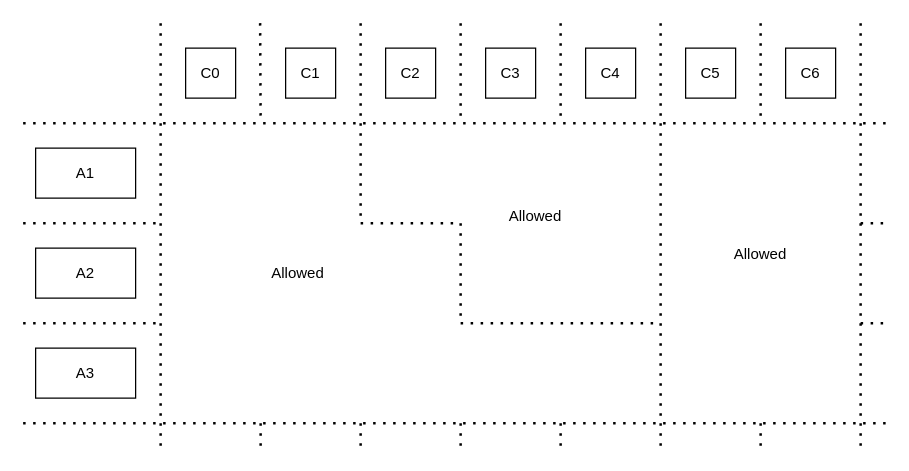
The draw.io diagram Abrak/open_matrix.drawio in balint-k/dron-jegyzet, before the edit. Source tidied: cells renumbered, new cells numbered last; positions are measured from the earlier drawing's top-left corner, leaving out a move shared by most shapes. Both pictures are drawn from the tidied source at 125%, with x=0, y=0 at pixel (22, 22).
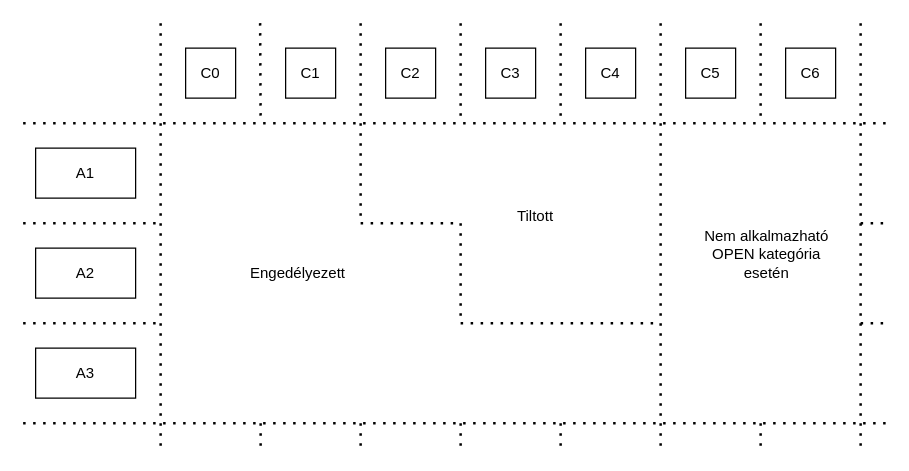
After the change.

What changed in the source:
```diff
@@
-    <mxCell id="34" value="Allowed" style="text;html=1;strokeColor=none;fillColor=none;align=center;verticalAlign=middle;whiteSpace=wrap;rounded=0;" parent="1" vertex="1">
+    <mxCell id="34" value="Engedélyezett" style="text;html=1;strokeColor=none;fillColor=none;align=center;verticalAlign=middle;whiteSpace=wrap;rounded=0;" parent="1" vertex="1">
       <mxGeometry x="190" y="185" width="60" height="30" as="geometry" />
     </mxCell>
-    <mxCell id="35" value="Allowed" style="text;html=1;strokeColor=none;fillColor=none;align=center;verticalAlign=middle;whiteSpace=wrap;rounded=0;" parent="1" vertex="1">
+    <mxCell id="35" value="Tiltott" style="text;html=1;strokeColor=none;fillColor=none;align=center;verticalAlign=middle;whiteSpace=wrap;rounded=0;" parent="1" vertex="1">
       <mxGeometry x="380" y="140" width="60" height="30" as="geometry" />
     </mxCell>
-    <mxCell id="36" value="Allowed" style="text;html=1;strokeColor=none;fillColor=none;align=center;verticalAlign=middle;whiteSpace=wrap;rounded=0;" parent="1" vertex="1">
-      <mxGeometry x="560" y="170" width="60" height="30" as="geometry" />
+    <mxCell id="36" value="Nem alkalmazható OPEN kategória esetén" style="text;html=1;strokeColor=none;fillColor=none;align=center;verticalAlign=middle;whiteSpace=wrap;rounded=0;" parent="1" vertex="1">
+      <mxGeometry x="540" y="160" width="110" height="50" as="geometry" />
     </mxCell>
```
